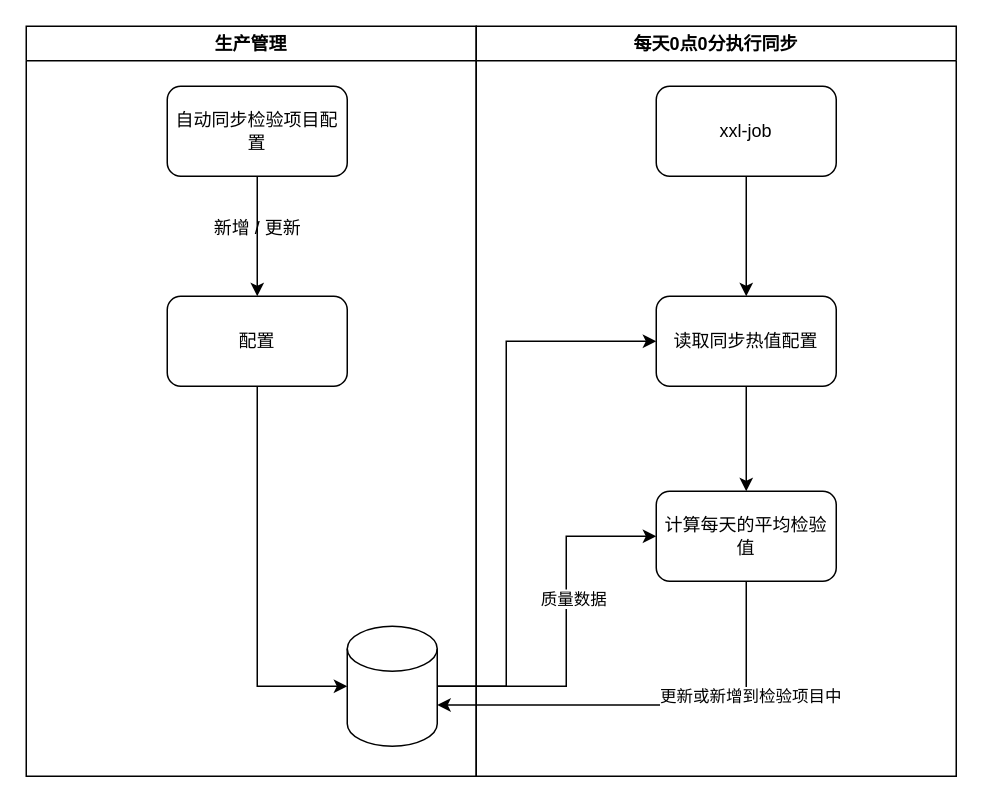
This is Temp.drawio from Leo-Lee-j/sketch, a draw.io file, before an edit. Source tidied: cells renumbered, new cells numbered last; positions are measured from the earlier drawing's top-left corner, leaving out a move shared by most shapes. Both pictures are drawn from the tidied source at 150%, with x=0, y=0 at pixel (26, 26).
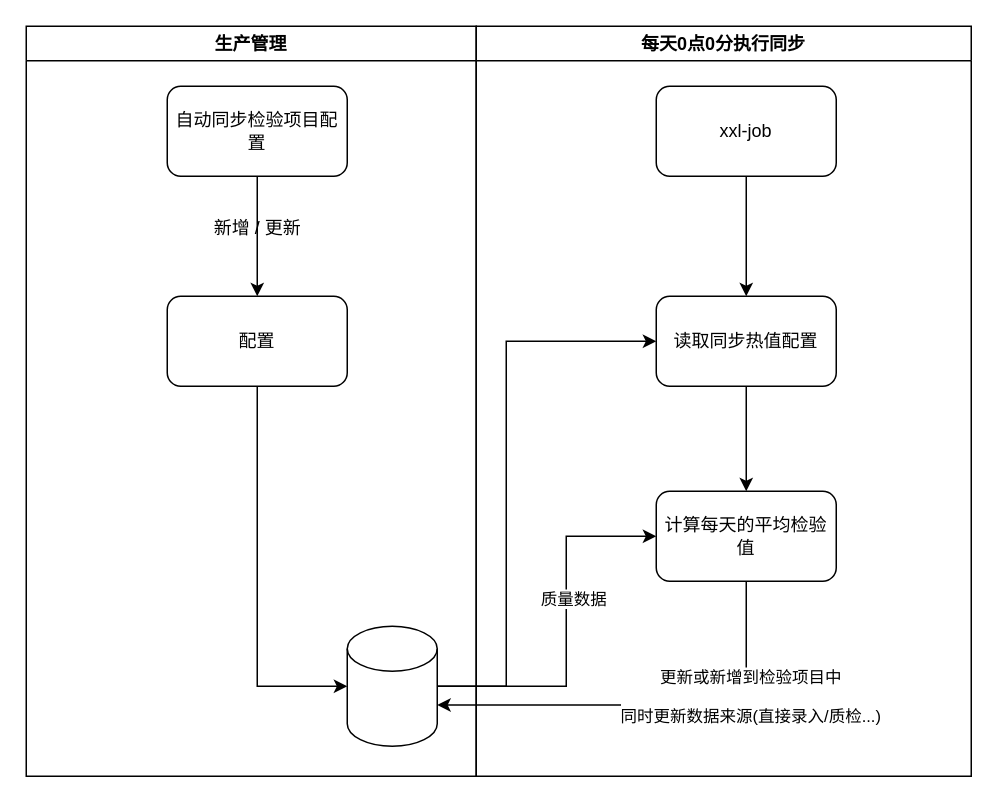
After the change.

Unchanged cells that the change refers to:
```xml
<mxCell id="18" style="edgeStyle=orthogonalEdgeStyle;rounded=0;jettySize=auto;html=1;exitX=0.5;exitY=1;exitDx=0;exitDy=0;entryX=1;entryY=0;entryDx=0;entryDy=52.5;entryPerimeter=0;" parent="1" edge="1" source="14" target="8">
  <mxGeometry relative="1" as="geometry" />
</mxCell>
```

What changed in the source:
```diff
@@
     <mxCell id="9" value="每天0点0分执行同步" style="swimlane;whiteSpace=wrap;html=1;" parent="1" vertex="1">
-      <mxGeometry x="300" width="320" height="500" as="geometry" />
+      <mxGeometry x="300" width="330" height="500" as="geometry" />
     </mxCell>
@@
-    <mxCell id="19" value="更新或新增到检验项目中" style="edgeLabel;html=1;align=center;verticalAlign=middle;" parent="18" vertex="1">
+    <mxCell id="19" value="更新或新增到检验项目中&lt;br&gt;&lt;br&gt;同时更新数据来源(直接录入/质检...)" style="edgeLabel;html=1;align=center;verticalAlign=middle;" parent="18" vertex="1">
       <mxGeometry x="-0.47" y="2" relative="1" as="geometry" />
     </mxCell>
```
